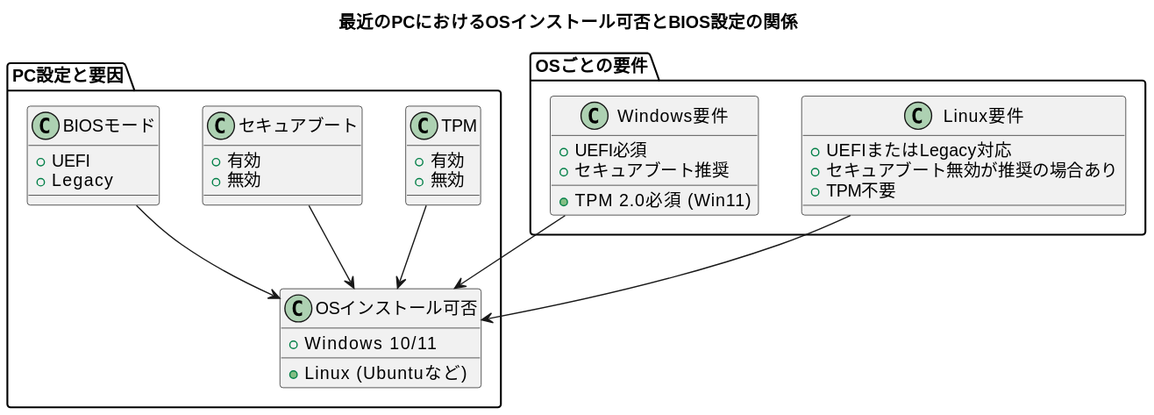
The PlantUML diagram out/it_pc_bios1.svg in coacoa/images, before a commit.
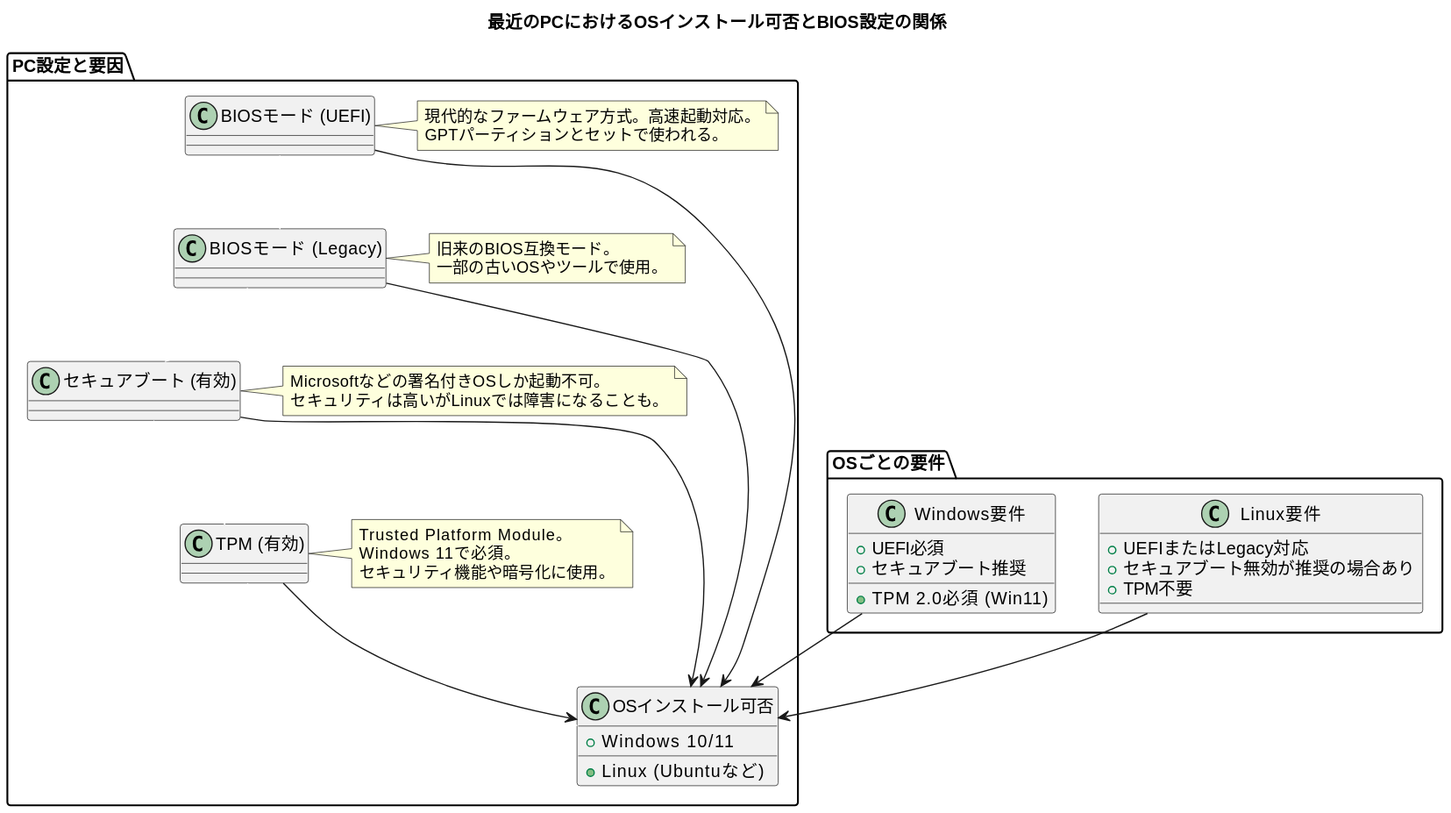
The same file after the commit.

The edit, as a diff of the source:
```diff
@@ -1,30 +1,49 @@
 @startuml
 title 最近のPCにおけるOSインストール可否とBIOS設定の関係
 
+top to bottom direction
+
 package "PC設定と要因" {
-    class "BIOSモード" {
-        +UEFI
-        +Legacy
-    }
 
-    class "セキュアブート" {
-        +有効
-        +無効
-    }
+    class "BIOSモード (UEFI)"
+    note right of "BIOSモード (UEFI)"
+      現代的なファームウェア方式。高速起動対応。
+      GPTパーティションとセットで使われる。
+    end note
 
-    class "TPM" {
-        +有効
-        +無効
-    }
+    class "BIOSモード (Legacy)"
+    note right of "BIOSモード (Legacy)"
+      旧来のBIOS互換モード。
+      一部の古いOSやツールで使用。
+    end note
+
+    class "セキュアブート (有効)"
+    note right of "セキュアブート (有効)"
+      Microsoftなどの署名付きOSしか起動不可。
+      セキュリティは高いがLinuxでは障害になることも。
+    end note
+
+    class "TPM (有効)"
+    note right of "TPM (有効)"
+      Trusted Platform Module。
+      Windows 11で必須。
+      セキュリティ機能や暗号化に使用。
+    end note
 
     class "OSインストール可否" {
         +Windows 10/11
         +Linux (Ubuntuなど)
     }
 
-    "BIOSモード" --> "OSインストール可否"
-    "セキュアブート" --> "OSインストール可否"
-    "TPM" --> "OSインストール可否"
+    "BIOSモード (UEFI)" -down-> "BIOSモード (Legacy)" #white
+    "BIOSモード (Legacy)" -down-> "セキュアブート (有効)" #white
+    "セキュアブート (有効)" -down-> "TPM (有効)" #white
+    "TPM (有効)" -down-> "OSインストール可否" #white
+
+    "BIOSモード (UEFI)" --> "OSインストール可否"
+    "BIOSモード (Legacy)" --> "OSインストール可否"
+    "セキュアブート (有効)" --> "OSインストール可否"
+    "TPM (有効)" --> "OSインストール可否"
 }
 
 package "OSごとの要件" {
```
